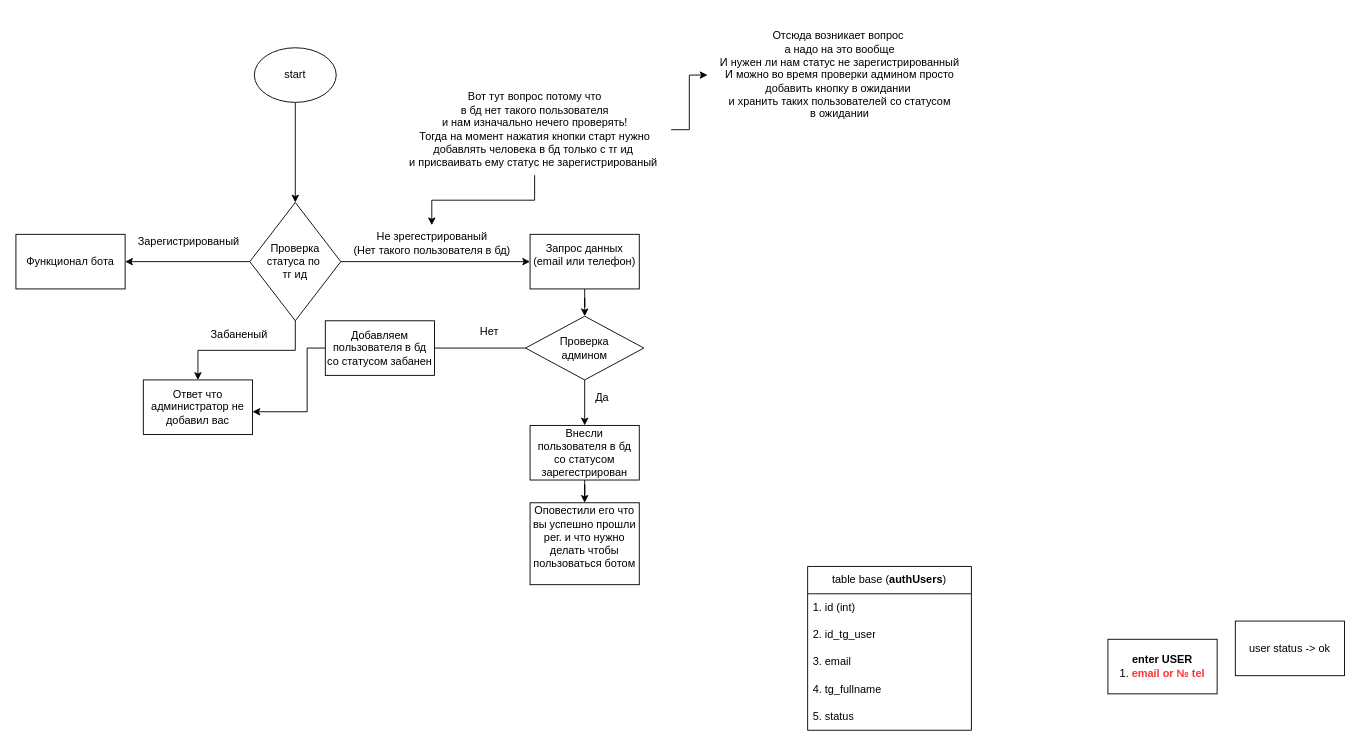
EvgeniiGud/draw keeps this draw.io diagram as auth_op_bot.drawio. Above is the earlier version. Source tidied: cells renumbered, new cells numbered last; positions are measured from the earlier drawing's top-left corner, leaving out a move shared by most shapes. Both pictures are drawn from the tidied source at 91%, with x=0, y=0 at pixel (15, 25).
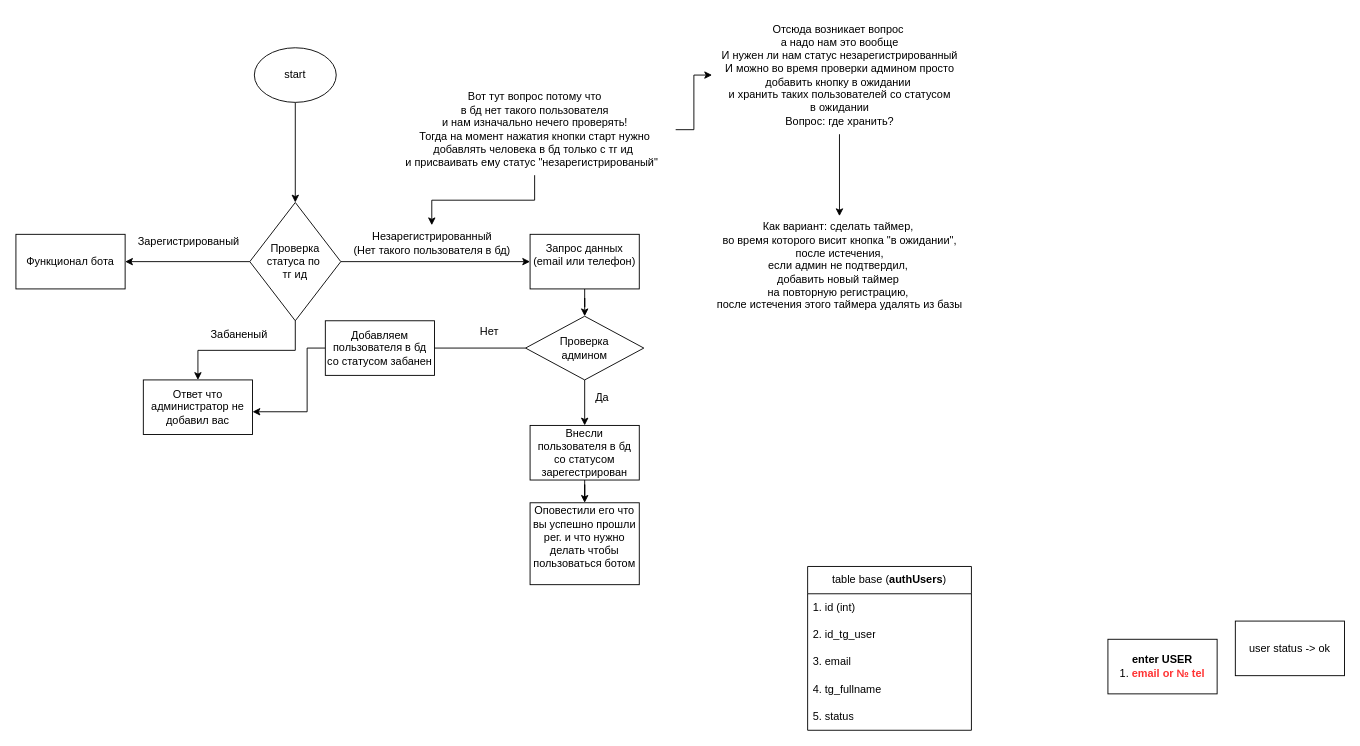
Above is the later version.

The edit, as a diff of the source:
```diff
@@
-    <mxCell id="20" value="&lt;div&gt;Не зрегестрированый&lt;/div&gt;&lt;div&gt;(Нет такого пользователя в бд)&lt;br&gt;&lt;/div&gt;" style="text;html=1;align=center;verticalAlign=middle;points=[];strokeColor=none;fillColor=none;" parent="1" vertex="1">
+    <mxCell id="20" value="&lt;div&gt;Незарегистрированный&lt;/div&gt;&lt;div&gt;(Нет такого пользователя в бд)&lt;br&gt;&lt;/div&gt;" style="text;html=1;align=center;verticalAlign=middle;points=[];strokeColor=none;fillColor=none;" parent="1" vertex="1">
       <mxGeometry x="357" y="220" width="200" height="40" as="geometry" />
     </mxCell>
@@
-    <mxCell id="37" value="&lt;div&gt;Вот тут вопрос потому что&lt;/div&gt;&lt;div&gt;в бд нет такого пользователя&lt;/div&gt;&lt;div&gt;и нам изначально нечего проверять!&lt;/div&gt;&lt;div&gt;Тогда на момент нажатия кнопки старт нужно&lt;/div&gt;&lt;div&gt;добавлять человека в бд только с тг ид&amp;nbsp;&lt;/div&gt;&lt;div&gt;и присваивать ему статус не зарегистрированый&amp;nbsp; &lt;/div&gt;" style="text;html=1;align=center;verticalAlign=middle;points=[];strokeColor=none;fillColor=none;" parent="1" vertex="1">
-      <mxGeometry x="420" y="65" width="300" height="100" as="geometry" />
+    <mxCell id="37" value="&lt;div&gt;Вот тут вопрос потому что&lt;/div&gt;&lt;div&gt;в бд нет такого пользователя&lt;/div&gt;&lt;div&gt;и нам изначально нечего проверять!&lt;/div&gt;&lt;div&gt;Тогда на момент нажатия кнопки старт нужно&lt;/div&gt;&lt;div&gt;добавлять человека в бд только с тг ид&amp;nbsp;&lt;/div&gt;&lt;div&gt;и присваивать ему статус &quot;незарегистрированый&quot;&lt;span style=&quot;background-color: initial;&quot;&gt;&amp;nbsp;&amp;nbsp;&lt;/span&gt;&lt;/div&gt;" style="text;html=1;align=center;verticalAlign=middle;points=[];strokeColor=none;fillColor=none;" parent="1" vertex="1">
+      <mxGeometry x="415" y="65" width="310" height="100" as="geometry" />
     </mxCell>
+    <mxCell id="39" style="edgeStyle=orthogonalEdgeStyle;rounded=0;jettySize=auto;html=1;" parent="1" edge="1" source="38" target="40">
+      <mxGeometry relative="1" as="geometry" />
+    </mxCell>
-    <mxCell id="38" value="&lt;div&gt;Отсюда возникает вопрос&amp;nbsp;&lt;/div&gt;&lt;div&gt;а надо на это вообще&lt;/div&gt;&lt;div&gt;И нужен ли нам статус не зарегистрированный&lt;/div&gt;&lt;div&gt;И можно во время проверки админом просто &lt;br&gt;&lt;/div&gt;&lt;div&gt;добавить кнопку в ожидании&amp;nbsp;&lt;/div&gt;&lt;div&gt;и хранить таких пользователей со статусом &lt;br&gt;&lt;/div&gt;&lt;div&gt;в ожидании&lt;br&gt; &lt;/div&gt;" style="text;html=1;align=center;verticalAlign=middle;points=[];strokeColor=none;fillColor=none;" parent="1" vertex="1">
-      <mxGeometry x="760" width="290" height="110" as="geometry" />
+    <mxCell id="38" value="&lt;div&gt;Отсюда возникает вопрос&amp;nbsp;&lt;/div&gt;&lt;div&gt;а надо нам это вообще&lt;/div&gt;&lt;div&gt;И нужен ли нам статус незарегистрированный&lt;/div&gt;&lt;div&gt;И можно во время проверки админом просто &lt;br&gt;&lt;/div&gt;&lt;div&gt;добавить кнопку в ожидании&amp;nbsp;&lt;/div&gt;&lt;div&gt;и хранить таких пользователей со статусом &lt;br&gt;&lt;/div&gt;&lt;div&gt;в ожидании&lt;br&gt; &lt;/div&gt;&lt;div&gt;Вопрос: где хранить?&lt;/div&gt;" style="text;html=1;align=center;verticalAlign=middle;points=[];strokeColor=none;fillColor=none;" parent="1" vertex="1">
+      <mxGeometry x="765" y="-10" width="280" height="130" as="geometry" />
     </mxCell>
+    <mxCell id="40" value="&lt;div&gt;Как вариант: сделать таймер,&amp;nbsp;&lt;/div&gt;&lt;div&gt;во время которого висит кнопка &quot;в ожидании&quot;,&lt;/div&gt;&lt;div&gt;&amp;nbsp;после&amp;nbsp;&lt;span style=&quot;background-color: initial;&quot;&gt;истечения,&amp;nbsp;&lt;/span&gt;&lt;/div&gt;&lt;div&gt;&lt;span style=&quot;background-color: initial;&quot;&gt;если админ не подтвердил,&amp;nbsp;&lt;/span&gt;&lt;/div&gt;&lt;div&gt;добавить новый таймер&amp;nbsp;&lt;/div&gt;&lt;div&gt;на повторную регистрацию,&amp;nbsp;&lt;/div&gt;&lt;div&gt;после истечения этого таймера удалять из базы&lt;/div&gt;" style="text;html=1;align=center;verticalAlign=middle;points=[];strokeColor=none;fillColor=none;" parent="1" vertex="1">
+      <mxGeometry x="760" y="210" width="290" height="110" as="geometry" />
+    </mxCell>
```
